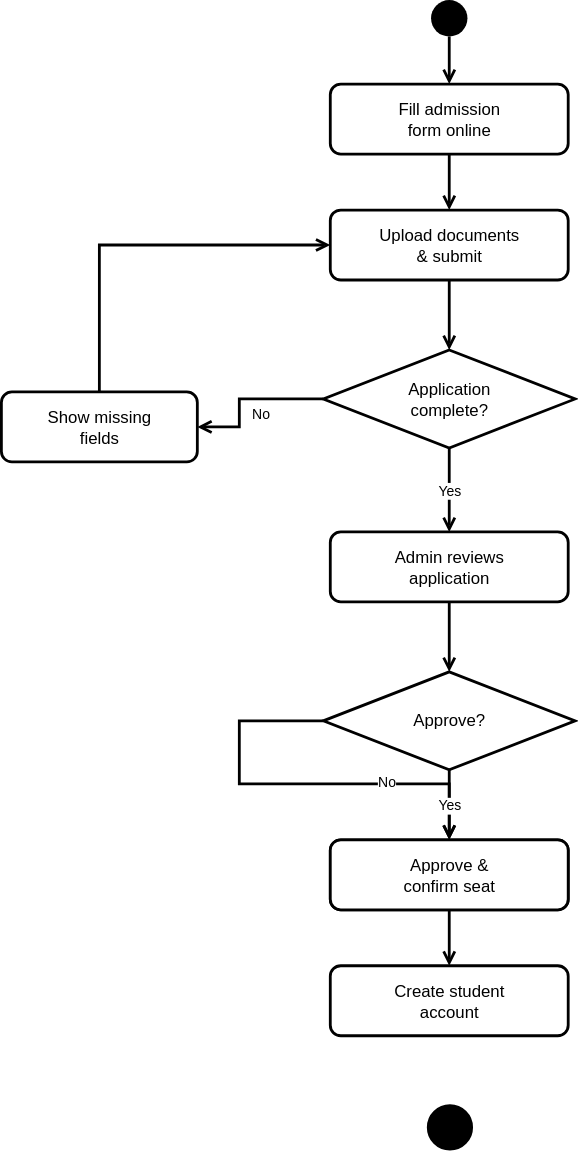
Before: design/activity-diagrams/admission-activity.svg, a diagram exported from draw.io (blissed-out/cse_220_week_8). Source tidied: cells renumbered, new cells last; positions are measured from the earlier drawing's top-left corner, leaving out a move shared by most shapes. Source of this version:
```xml
<mxGraphModel background="#FFFFFF">
  <root>
    <mxCell id="0" />
    <mxCell id="1" parent="0" />
    <mxCell id="2" style="ellipse;shape=ellipse;fillColor=#000000;strokeColor=none;html=1;" parent="1" vertex="1">
      <mxGeometry x="307" width="26" height="26" as="geometry" />
    </mxCell>
    <mxCell id="3" value="Fill admission&#10;form online" style="rounded=1;whiteSpace=wrap;html=1;fillColor=#ffffff;strokeColor=#000000;fontSize=12;strokeWidth=2;fontColor=#000000;" parent="1" vertex="1">
      <mxGeometry x="235" y="60" width="170" height="50" as="geometry" />
    </mxCell>
    <mxCell id="4" value="Upload documents&#10;&amp; submit" style="rounded=1;whiteSpace=wrap;html=1;fillColor=#ffffff;strokeColor=#000000;fontSize=12;strokeWidth=2;fontColor=#000000;" parent="1" vertex="1">
      <mxGeometry x="235" y="150" width="170" height="50" as="geometry" />
    </mxCell>
    <mxCell id="5" value="Application&#10;complete?" style="shape=rhombus;whiteSpace=wrap;html=1;fillColor=#ffffff;strokeColor=#000000;fontSize=12;strokeWidth=2;fontColor=#000000;" parent="1" vertex="1">
      <mxGeometry x="230" y="250" width="180" height="70" as="geometry" />
    </mxCell>
    <mxCell id="6" value="Show missing&#10;fields" style="rounded=1;whiteSpace=wrap;html=1;fillColor=#ffffff;strokeColor=#000000;fontSize=12;strokeWidth=2;fontColor=#000000;" parent="1" vertex="1">
      <mxGeometry y="280" width="140" height="50" as="geometry" />
    </mxCell>
    <mxCell id="7" value="Admin reviews&#10;application" style="rounded=1;whiteSpace=wrap;html=1;fillColor=#ffffff;strokeColor=#000000;fontSize=12;strokeWidth=2;fontColor=#000000;" parent="1" vertex="1">
      <mxGeometry x="235" y="380" width="170" height="50" as="geometry" />
    </mxCell>
    <mxCell id="8" value="Approve?" style="shape=rhombus;whiteSpace=wrap;html=1;fillColor=#ffffff;strokeColor=#000000;fontSize=12;strokeWidth=2;fontColor=#000000;" parent="1" vertex="1">
      <mxGeometry x="230" y="480" width="180" height="70" as="geometry" />
    </mxCell>
    <mxCell id="9" value="Reject with&#10;reason" style="rounded=1;whiteSpace=wrap;html=1;fillColor=#ffffff;strokeColor=#000000;fontSize=12;strokeWidth=2;fontColor=#000000;" parent="1" vertex="1">
      <mxGeometry x="235" y="600" width="170" height="50" as="geometry" />
    </mxCell>
    <mxCell id="10" value="Approve &amp;&#10;confirm seat" style="rounded=1;whiteSpace=wrap;html=1;fillColor=#ffffff;strokeColor=#000000;fontSize=12;strokeWidth=2;fontColor=#000000;" parent="1" vertex="1">
      <mxGeometry x="235" y="600" width="170" height="50" as="geometry" />
    </mxCell>
    <mxCell id="11" value="Create student&#10;account" style="rounded=1;whiteSpace=wrap;html=1;fillColor=#ffffff;strokeColor=#000000;fontSize=12;strokeWidth=2;fontColor=#000000;" parent="1" vertex="1">
      <mxGeometry x="235" y="690" width="170" height="50" as="geometry" />
    </mxCell>
    <mxCell id="12" style="ellipse;shape=ellipse;fillColor=#000000;strokeColor=#000000;html=1;strokeWidth=3;" parent="1" vertex="1">
      <mxGeometry x="305" y="790" width="30" height="30" as="geometry" />
    </mxCell>
    <mxCell id="13" style="endArrow=open;endFill=0;html=1;rounded=0;fontSize=10;strokeWidth=2;strokeColor=#000000;" parent="1" edge="1">
      <mxGeometry as="geometry">
        <mxPoint x="320" y="26" as="sourcePoint" />
        <mxPoint x="320" y="60" as="targetPoint" />
      </mxGeometry>
    </mxCell>
    <mxCell id="14" style="endArrow=open;endFill=0;html=1;rounded=0;fontSize=10;strokeWidth=2;strokeColor=#000000;" parent="1" edge="1">
      <mxGeometry as="geometry">
        <mxPoint x="320" y="110" as="sourcePoint" />
        <mxPoint x="320" y="150" as="targetPoint" />
      </mxGeometry>
    </mxCell>
    <mxCell id="15" style="endArrow=open;endFill=0;html=1;rounded=0;fontSize=10;strokeWidth=2;strokeColor=#000000;" parent="1" edge="1">
      <mxGeometry as="geometry">
        <mxPoint x="320" y="200" as="sourcePoint" />
        <mxPoint x="320" y="250" as="targetPoint" />
      </mxGeometry>
    </mxCell>
    <mxCell id="16" value="No" style="endArrow=open;endFill=0;html=1;rounded=0;fontSize=10;strokeWidth=2;fontColor=#000000;strokeColor=#000000;" parent="1" edge="1">
      <mxGeometry as="geometry">
        <mxPoint x="230" y="285" as="sourcePoint" />
        <mxPoint x="140" y="305" as="targetPoint" />
        <Array as="points">
          <mxPoint x="170" y="285" />
          <mxPoint x="170" y="305" />
        </Array>
      </mxGeometry>
    </mxCell>
    <mxCell id="17" style="endArrow=open;endFill=0;html=1;rounded=0;fontSize=10;strokeWidth=2;entryX=0;entryY=0.5;entryDx=0;entryDy=0;strokeColor=#000000;" parent="1" edge="1" target="4">
      <mxGeometry as="geometry">
        <mxPoint x="70" y="280" as="sourcePoint" />
        <Array as="points">
          <mxPoint x="70" y="175" />
        </Array>
      </mxGeometry>
    </mxCell>
    <mxCell id="18" value="Yes" style="endArrow=open;endFill=0;html=1;rounded=0;fontSize=10;strokeWidth=2;fontColor=#000000;strokeColor=#000000;" parent="1" edge="1">
      <mxGeometry as="geometry">
        <mxPoint x="320" y="320" as="sourcePoint" />
        <mxPoint x="320" y="380" as="targetPoint" />
      </mxGeometry>
    </mxCell>
    <mxCell id="19" style="endArrow=open;endFill=0;html=1;rounded=0;fontSize=10;strokeWidth=2;strokeColor=#000000;" parent="1" edge="1">
      <mxGeometry as="geometry">
        <mxPoint x="320" y="430" as="sourcePoint" />
        <mxPoint x="320" y="480" as="targetPoint" />
      </mxGeometry>
    </mxCell>
    <mxCell id="20" value="No" style="endArrow=open;endFill=0;html=1;rounded=0;fontSize=10;strokeWidth=2;fontColor=#000000;strokeColor=#000000;" parent="1" edge="1">
      <mxGeometry as="geometry">
        <mxPoint x="230" y="515" as="sourcePoint" />
        <mxPoint x="320" y="600" as="targetPoint" />
        <Array as="points">
          <mxPoint x="170" y="515" />
          <mxPoint x="170" y="560" />
          <mxPoint x="320" y="560" />
        </Array>
      </mxGeometry>
    </mxCell>
    <mxCell id="21" value="Yes" style="endArrow=open;endFill=0;html=1;rounded=0;fontSize=10;strokeWidth=2;fontColor=#000000;strokeColor=#000000;" parent="1" edge="1">
      <mxGeometry as="geometry">
        <mxPoint x="320" y="550" as="sourcePoint" />
        <mxPoint x="320" y="600" as="targetPoint" />
      </mxGeometry>
    </mxCell>
    <mxCell id="22" style="endArrow=open;endFill=0;html=1;rounded=0;fontSize=10;strokeWidth=2;strokeColor=#000000;" parent="1" edge="1">
      <mxGeometry as="geometry">
        <mxPoint x="320" y="650" as="sourcePoint" />
        <mxPoint x="320" y="690" as="targetPoint" />
      </mxGeometry>
    </mxCell>
  </root>
</mxGraphModel>
```
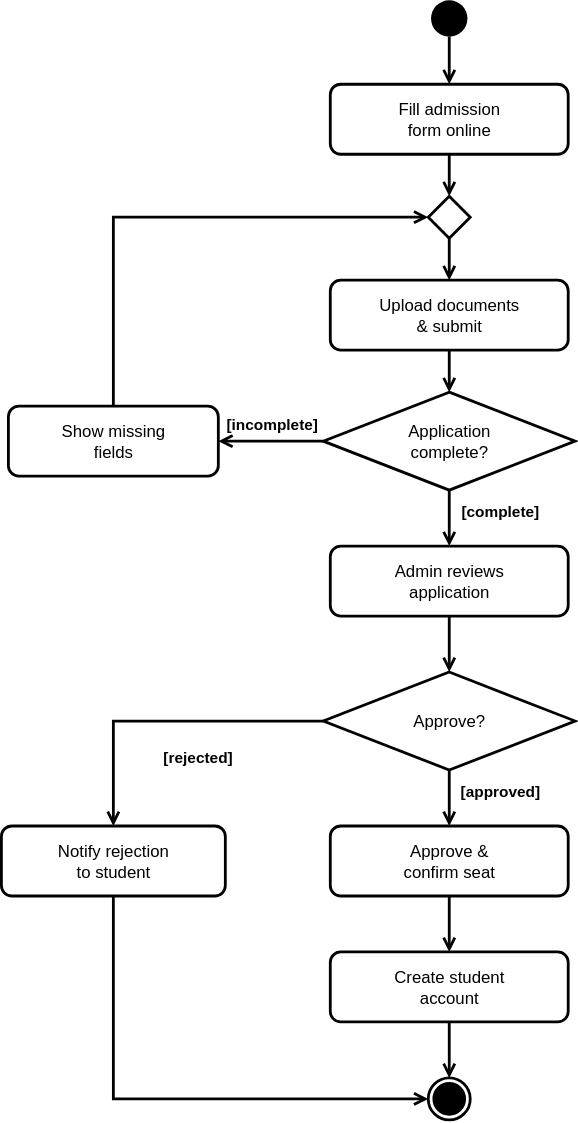
The same diagram one commit later.

Commit message:
fix(design): standardize admission activity diagram UML conventions

The edit, as a diff of the source:
```diff
@@ -3,108 +3,131 @@
     <mxCell id="0" />
     <mxCell id="1" parent="0" />
     <mxCell id="2" style="ellipse;shape=ellipse;fillColor=#000000;strokeColor=none;html=1;" parent="1" vertex="1">
-      <mxGeometry x="307" width="26" height="26" as="geometry" />
+      <mxGeometry x="302" width="26" height="26" as="geometry" />
     </mxCell>
     <mxCell id="3" value="Fill admission&#10;form online" style="rounded=1;whiteSpace=wrap;html=1;fillColor=#ffffff;strokeColor=#000000;fontSize=12;strokeWidth=2;fontColor=#000000;" parent="1" vertex="1">
-      <mxGeometry x="235" y="60" width="170" height="50" as="geometry" />
+      <mxGeometry x="230" y="60" width="170" height="50" as="geometry" />
     </mxCell>
+    <mxCell id="23" style="shape=rhombus;whiteSpace=wrap;html=1;fillColor=#ffffff;strokeColor=#000000;strokeWidth=2;" parent="1" vertex="1">
+      <mxGeometry x="300" y="140" width="30" height="30" as="geometry" />
+    </mxCell>
     <mxCell id="4" value="Upload documents&#10;&amp; submit" style="rounded=1;whiteSpace=wrap;html=1;fillColor=#ffffff;strokeColor=#000000;fontSize=12;strokeWidth=2;fontColor=#000000;" parent="1" vertex="1">
-      <mxGeometry x="235" y="150" width="170" height="50" as="geometry" />
+      <mxGeometry x="230" y="200" width="170" height="50" as="geometry" />
     </mxCell>
     <mxCell id="5" value="Application&#10;complete?" style="shape=rhombus;whiteSpace=wrap;html=1;fillColor=#ffffff;strokeColor=#000000;fontSize=12;strokeWidth=2;fontColor=#000000;" parent="1" vertex="1">
-      <mxGeometry x="230" y="250" width="180" height="70" as="geometry" />
+      <mxGeometry x="225" y="280" width="180" height="70" as="geometry" />
     </mxCell>
     <mxCell id="6" value="Show missing&#10;fields" style="rounded=1;whiteSpace=wrap;html=1;fillColor=#ffffff;strokeColor=#000000;fontSize=12;strokeWidth=2;fontColor=#000000;" parent="1" vertex="1">
-      <mxGeometry y="280" width="140" height="50" as="geometry" />
+      <mxGeometry y="290" width="150" height="50" as="geometry" />
     </mxCell>
     <mxCell id="7" value="Admin reviews&#10;application" style="rounded=1;whiteSpace=wrap;html=1;fillColor=#ffffff;strokeColor=#000000;fontSize=12;strokeWidth=2;fontColor=#000000;" parent="1" vertex="1">
-      <mxGeometry x="235" y="380" width="170" height="50" as="geometry" />
+      <mxGeometry x="230" y="390" width="170" height="50" as="geometry" />
     </mxCell>
     <mxCell id="8" value="Approve?" style="shape=rhombus;whiteSpace=wrap;html=1;fillColor=#ffffff;strokeColor=#000000;fontSize=12;strokeWidth=2;fontColor=#000000;" parent="1" vertex="1">
-      <mxGeometry x="230" y="480" width="180" height="70" as="geometry" />
+      <mxGeometry x="225" y="480" width="180" height="70" as="geometry" />
     </mxCell>
-    <mxCell id="9" value="Reject with&#10;reason" style="rounded=1;whiteSpace=wrap;html=1;fillColor=#ffffff;strokeColor=#000000;fontSize=12;strokeWidth=2;fontColor=#000000;" parent="1" vertex="1">
-      <mxGeometry x="235" y="600" width="170" height="50" as="geometry" />
+    <mxCell id="9" value="Notify rejection&#10;to student" style="rounded=1;whiteSpace=wrap;html=1;fillColor=#ffffff;strokeColor=#000000;fontSize=12;strokeWidth=2;fontColor=#000000;" parent="1" vertex="1">
+      <mxGeometry x="-5" y="590" width="160" height="50" as="geometry" />
     </mxCell>
     <mxCell id="10" value="Approve &amp;&#10;confirm seat" style="rounded=1;whiteSpace=wrap;html=1;fillColor=#ffffff;strokeColor=#000000;fontSize=12;strokeWidth=2;fontColor=#000000;" parent="1" vertex="1">
-      <mxGeometry x="235" y="600" width="170" height="50" as="geometry" />
+      <mxGeometry x="230" y="590" width="170" height="50" as="geometry" />
     </mxCell>
     <mxCell id="11" value="Create student&#10;account" style="rounded=1;whiteSpace=wrap;html=1;fillColor=#ffffff;strokeColor=#000000;fontSize=12;strokeWidth=2;fontColor=#000000;" parent="1" vertex="1">
-      <mxGeometry x="235" y="690" width="170" height="50" as="geometry" />
+      <mxGeometry x="230" y="680" width="170" height="50" as="geometry" />
     </mxCell>
-    <mxCell id="12" style="ellipse;shape=ellipse;fillColor=#000000;strokeColor=#000000;html=1;strokeWidth=3;" parent="1" vertex="1">
-      <mxGeometry x="305" y="790" width="30" height="30" as="geometry" />
+    <mxCell id="12" style="ellipse;html=1;shape=endState;fillColor=#000000;strokeColor=#000000;strokeWidth=2;" parent="1" vertex="1">
+      <mxGeometry x="300" y="770" width="30" height="30" as="geometry" />
     </mxCell>
     <mxCell id="13" style="endArrow=open;endFill=0;html=1;rounded=0;fontSize=10;strokeWidth=2;strokeColor=#000000;" parent="1" edge="1">
       <mxGeometry as="geometry">
-        <mxPoint x="320" y="26" as="sourcePoint" />
-        <mxPoint x="320" y="60" as="targetPoint" />
+        <mxPoint x="315" y="26" as="sourcePoint" />
+        <mxPoint x="315" y="60" as="targetPoint" />
       </mxGeometry>
     </mxCell>
     <mxCell id="14" style="endArrow=open;endFill=0;html=1;rounded=0;fontSize=10;strokeWidth=2;strokeColor=#000000;" parent="1" edge="1">
       <mxGeometry as="geometry">
-        <mxPoint x="320" y="110" as="sourcePoint" />
-        <mxPoint x="320" y="150" as="targetPoint" />
+        <mxPoint x="315" y="110" as="sourcePoint" />
+        <mxPoint x="315" y="140" as="targetPoint" />
       </mxGeometry>
     </mxCell>
     <mxCell id="15" style="endArrow=open;endFill=0;html=1;rounded=0;fontSize=10;strokeWidth=2;strokeColor=#000000;" parent="1" edge="1">
       <mxGeometry as="geometry">
-        <mxPoint x="320" y="200" as="sourcePoint" />
-        <mxPoint x="320" y="250" as="targetPoint" />
+        <mxPoint x="315" y="170" as="sourcePoint" />
+        <mxPoint x="315" y="200" as="targetPoint" />
       </mxGeometry>
     </mxCell>
-    <mxCell id="16" value="No" style="endArrow=open;endFill=0;html=1;rounded=0;fontSize=10;strokeWidth=2;fontColor=#000000;strokeColor=#000000;" parent="1" edge="1">
+    <mxCell id="16" style="endArrow=open;endFill=0;html=1;rounded=0;fontSize=10;strokeWidth=2;strokeColor=#000000;" parent="1" edge="1">
       <mxGeometry as="geometry">
-        <mxPoint x="230" y="285" as="sourcePoint" />
-        <mxPoint x="140" y="305" as="targetPoint" />
-        <Array as="points">
-          <mxPoint x="170" y="285" />
-          <mxPoint x="170" y="305" />
-        </Array>
+        <mxPoint x="315" y="250" as="sourcePoint" />
+        <mxPoint x="315" y="280" as="targetPoint" />
       </mxGeometry>
     </mxCell>
-    <mxCell id="17" style="endArrow=open;endFill=0;html=1;rounded=0;fontSize=10;strokeWidth=2;entryX=0;entryY=0.5;entryDx=0;entryDy=0;strokeColor=#000000;" parent="1" edge="1" target="4">
+    <mxCell id="17" value="[incomplete]" style="endArrow=open;endFill=0;html=1;rounded=0;fontSize=11;fontColor=#000000;fontStyle=1;strokeWidth=2;strokeColor=#000000;" parent="1" edge="1">
       <mxGeometry as="geometry">
-        <mxPoint x="70" y="280" as="sourcePoint" />
-        <Array as="points">
-          <mxPoint x="70" y="175" />
-        </Array>
+        <mxPoint x="225" y="315" as="sourcePoint" />
+        <mxPoint x="150" y="315" as="targetPoint" />
+        <mxPoint y="-12" as="offset" />
       </mxGeometry>
     </mxCell>
-    <mxCell id="18" value="Yes" style="endArrow=open;endFill=0;html=1;rounded=0;fontSize=10;strokeWidth=2;fontColor=#000000;strokeColor=#000000;" parent="1" edge="1">
+    <mxCell id="18" style="endArrow=open;endFill=0;html=1;rounded=0;fontSize=10;strokeWidth=2;strokeColor=#000000;" parent="1" edge="1">
       <mxGeometry as="geometry">
-        <mxPoint x="320" y="320" as="sourcePoint" />
-        <mxPoint x="320" y="380" as="targetPoint" />
+        <mxPoint x="75" y="290" as="sourcePoint" />
+        <mxPoint x="300" y="155" as="targetPoint" />
+        <Array as="points">
+          <mxPoint x="75" y="155" />
+        </Array>
       </mxGeometry>
     </mxCell>
-    <mxCell id="19" style="endArrow=open;endFill=0;html=1;rounded=0;fontSize=10;strokeWidth=2;strokeColor=#000000;" parent="1" edge="1">
+    <mxCell id="19" value="[complete]" style="endArrow=open;endFill=0;html=1;rounded=0;fontSize=11;fontColor=#000000;fontStyle=1;strokeWidth=2;strokeColor=#000000;" parent="1" edge="1">
       <mxGeometry as="geometry">
-        <mxPoint x="320" y="430" as="sourcePoint" />
-        <mxPoint x="320" y="480" as="targetPoint" />
+        <mxPoint x="315" y="350" as="sourcePoint" />
+        <mxPoint x="315" y="390" as="targetPoint" />
+        <mxPoint x="36" y="-5" as="offset" />
       </mxGeometry>
     </mxCell>
-    <mxCell id="20" value="No" style="endArrow=open;endFill=0;html=1;rounded=0;fontSize=10;strokeWidth=2;fontColor=#000000;strokeColor=#000000;" parent="1" edge="1">
+    <mxCell id="20" style="endArrow=open;endFill=0;html=1;rounded=0;fontSize=10;strokeWidth=2;strokeColor=#000000;" parent="1" edge="1">
       <mxGeometry as="geometry">
-        <mxPoint x="230" y="515" as="sourcePoint" />
-        <mxPoint x="320" y="600" as="targetPoint" />
-        <Array as="points">
-          <mxPoint x="170" y="515" />
-          <mxPoint x="170" y="560" />
-          <mxPoint x="320" y="560" />
-        </Array>
+        <mxPoint x="315" y="440" as="sourcePoint" />
+        <mxPoint x="315" y="480" as="targetPoint" />
       </mxGeometry>
     </mxCell>
-    <mxCell id="21" value="Yes" style="endArrow=open;endFill=0;html=1;rounded=0;fontSize=10;strokeWidth=2;fontColor=#000000;strokeColor=#000000;" parent="1" edge="1">
+    <mxCell id="21" value="[rejected]" style="endArrow=open;endFill=0;html=1;rounded=0;fontSize=11;fontColor=#000000;fontStyle=1;strokeWidth=2;strokeColor=#000000;" parent="1" edge="1">
       <mxGeometry as="geometry">
-        <mxPoint x="320" y="550" as="sourcePoint" />
-        <mxPoint x="320" y="600" as="targetPoint" />
+        <mxPoint x="225" y="515" as="sourcePoint" />
+        <mxPoint x="75" y="590" as="targetPoint" />
+        <Array as="points">
+          <mxPoint x="75" y="515" />
+        </Array>
+        <mxPoint x="-15" y="-12" as="offset" />
       </mxGeometry>
     </mxCell>
-    <mxCell id="22" style="endArrow=open;endFill=0;html=1;rounded=0;fontSize=10;strokeWidth=2;strokeColor=#000000;" parent="1" edge="1">
+    <mxCell id="22" value="[approved]" style="endArrow=open;endFill=0;html=1;rounded=0;fontSize=11;fontColor=#000000;fontStyle=1;strokeWidth=2;strokeColor=#000000;" parent="1" edge="1">
       <mxGeometry as="geometry">
-        <mxPoint x="320" y="650" as="sourcePoint" />
-        <mxPoint x="320" y="690" as="targetPoint" />
+        <mxPoint x="315" y="550" as="sourcePoint" />
+        <mxPoint x="315" y="590" as="targetPoint" />
+        <mxPoint x="36" y="-5" as="offset" />
       </mxGeometry>
     </mxCell>
+    <mxCell id="24" style="endArrow=open;endFill=0;html=1;rounded=0;fontSize=10;strokeWidth=2;strokeColor=#000000;" parent="1" edge="1">
+      <mxGeometry as="geometry">
+        <mxPoint x="315" y="640" as="sourcePoint" />
+        <mxPoint x="315" y="680" as="targetPoint" />
+      </mxGeometry>
+    </mxCell>
+    <mxCell id="25" style="endArrow=open;endFill=0;html=1;rounded=0;fontSize=10;strokeWidth=2;strokeColor=#000000;" parent="1" edge="1">
+      <mxGeometry as="geometry">
+        <mxPoint x="315" y="730" as="sourcePoint" />
+        <mxPoint x="315" y="770" as="targetPoint" />
+      </mxGeometry>
+    </mxCell>
+    <mxCell id="26" style="endArrow=open;endFill=0;html=1;rounded=0;fontSize=10;strokeWidth=2;strokeColor=#000000;" parent="1" edge="1">
+      <mxGeometry as="geometry">
+        <mxPoint x="75" y="640" as="sourcePoint" />
+        <mxPoint x="300" y="785" as="targetPoint" />
+        <Array as="points">
+          <mxPoint x="75" y="785" />
+        </Array>
+      </mxGeometry>
+    </mxCell>
   </root>
 </mxGraphModel>
```
